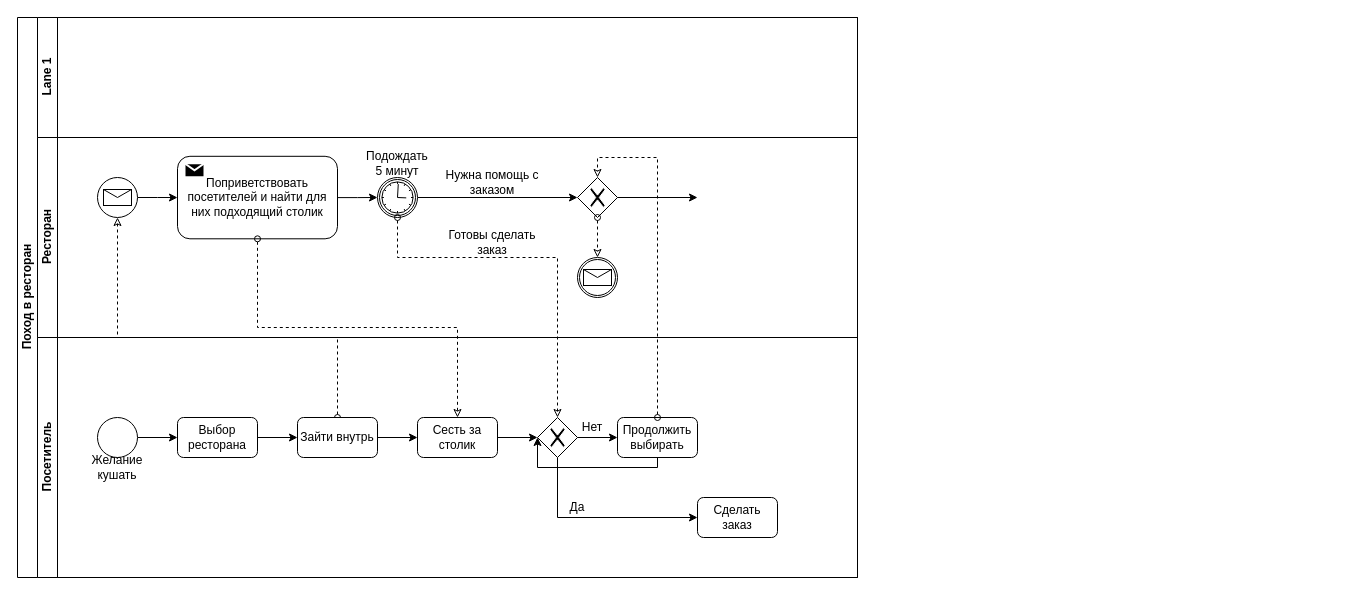
Earlier version of the draw.io diagram Untitled Diagram.drawio (monsegard/portfolio). Source tidied: cells renumbered, new cells numbered last; positions are measured from the earlier drawing's top-left corner, leaving out a move shared by most shapes. Both pictures are drawn from the tidied source at 100%, with x=0, y=0 at pixel (17, 17).
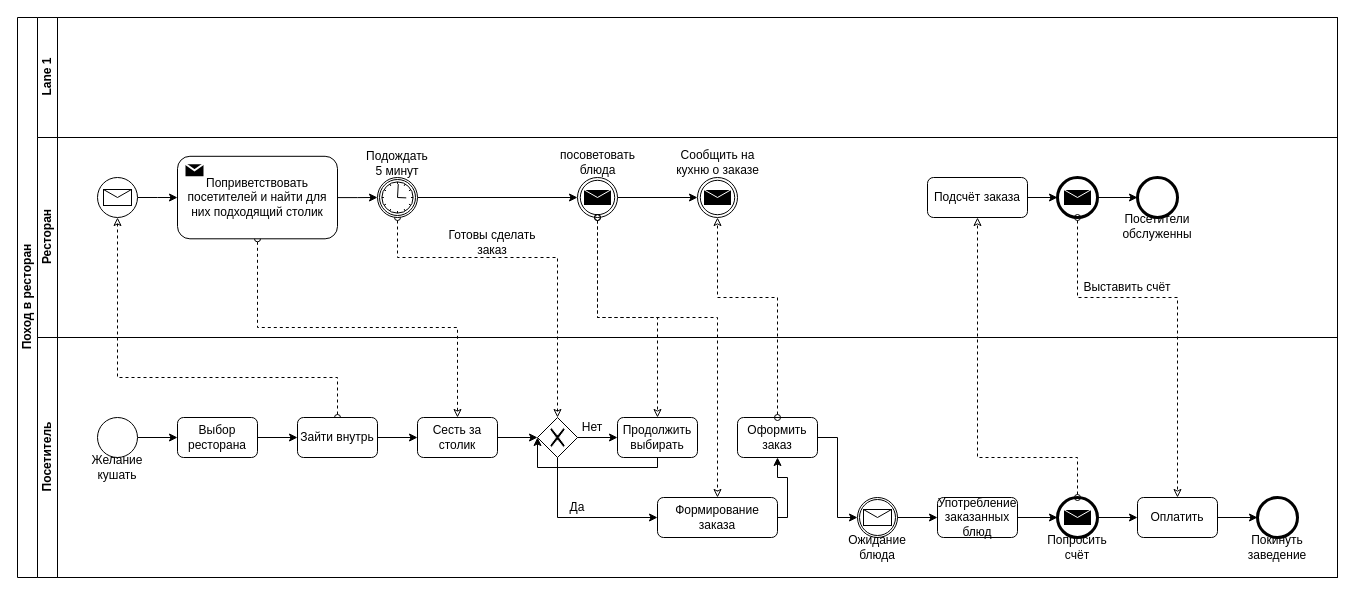
The same page after the edit.

Unchanged cells that the change refers to:
```xml
<mxCell id="6" style="shape=mxgraph.bpmn.shape;html=1;verticalLabelPosition=bottom;labelBackgroundColor=#ffffff;verticalAlign=top;align=center;perimeter=ellipsePerimeter;outlineConnect=0;outline=standard;symbol=message;" parent="4" vertex="1">
  <mxGeometry x="60" y="40" width="40" height="40" as="geometry" />
</mxCell>
<mxCell id="8" value="Поприветствовать посетителей и найти для них подходящий столик" style="html=1;whiteSpace=wrap;rounded=1;" parent="4" vertex="1">
  <mxGeometry x="140" y="18.8" width="160" height="82.5" as="geometry" />
</mxCell>
<mxCell id="11" style="shape=mxgraph.bpmn.shape;html=1;verticalLabelPosition=bottom;labelBackgroundColor=#ffffff;verticalAlign=top;align=center;perimeter=ellipsePerimeter;outlineConnect=0;outline=catching;symbol=timer;" parent="4" vertex="1">
  <mxGeometry x="340" y="40" width="40" height="40" as="geometry" />
</mxCell>
<mxCell id="28" value="Зайти внутрь" style="rounded=1;whiteSpace=wrap;html=1;" parent="21" vertex="1">
  <mxGeometry x="260" y="80" width="80" height="40" as="geometry" />
</mxCell>
<mxCell id="30" value="Сесть за столик" style="rounded=1;whiteSpace=wrap;html=1;" parent="21" vertex="1">
  <mxGeometry x="380" y="80" width="80" height="40" as="geometry" />
</mxCell>
<mxCell id="33" style="shape=mxgraph.bpmn.shape;html=1;verticalLabelPosition=bottom;labelBackgroundColor=#ffffff;verticalAlign=top;align=center;perimeter=rhombusPerimeter;background=gateway;outlineConnect=0;outline=none;symbol=exclusiveGw;" parent="21" vertex="1">
  <mxGeometry x="500" y="80" width="40" height="40" as="geometry" />
</mxCell>
<mxCell id="35" value="Продолжить выбирать" style="rounded=1;whiteSpace=wrap;html=1;" parent="21" vertex="1">
  <mxGeometry x="580" y="80" width="80" height="40" as="geometry" />
</mxCell>
```

Diff of the diagram source:
```diff
@@
     <mxCell id="2" value="Поход в ресторан" style="swimlane;html=1;horizontal=0;startSize=20;" parent="1" vertex="1">
-      <mxGeometry width="840" height="560" as="geometry" />
+      <mxGeometry width="1320" height="560" as="geometry" />
     </mxCell>
     <mxCell id="3" value="Lane 1" style="swimlane;html=1;startSize=20;horizontal=0;" parent="2" vertex="1">
-      <mxGeometry x="20" width="820" height="120" as="geometry" />
+      <mxGeometry x="20" width="1300" height="120" as="geometry" />
     </mxCell>
+    <mxCell id="18" style="edgeStyle=orthogonalEdgeStyle;rounded=0;jettySize=auto;html=1;entryX=0.5;entryY=1;entryDx=0;entryDy=0;dashed=1;endArrow=classic;endFill=0;startArrow=oval;startFill=0;" parent="2" edge="1" source="28" target="6">
+      <mxGeometry relative="1" as="geometry">
+        <Array as="points">
+          <mxPoint x="320" y="360" />
+          <mxPoint x="100" y="360" />
+        </Array>
+      </mxGeometry>
+    </mxCell>
+    <mxCell id="19" style="edgeStyle=orthogonalEdgeStyle;rounded=0;jettySize=auto;html=1;entryX=0.5;entryY=0;entryDx=0;entryDy=0;startArrow=oval;startFill=0;endArrow=classic;endFill=0;dashed=1;exitX=0.5;exitY=1;exitDx=0;exitDy=0;" parent="2" edge="1" source="8" target="30">
+      <mxGeometry relative="1" as="geometry">
+        <Array as="points">
+          <mxPoint x="240" y="310" />
+          <mxPoint x="440" y="310" />
+        </Array>
+      </mxGeometry>
+    </mxCell>
+    <mxCell id="20" style="edgeStyle=orthogonalEdgeStyle;rounded=0;jettySize=auto;html=1;entryX=0.5;entryY=0;entryDx=0;entryDy=0;startArrow=oval;startFill=0;endArrow=classic;endFill=0;dashed=1;exitX=0.5;exitY=1;exitDx=0;exitDy=0;" parent="2" edge="1" source="11" target="33">
+      <mxGeometry relative="1" as="geometry">
+        <Array as="points">
+          <mxPoint x="380" y="240" />
+          <mxPoint x="540" y="240" />
+        </Array>
+      </mxGeometry>
+    </mxCell>
     <mxCell id="4" value="Ресторан" style="swimlane;html=1;startSize=20;horizontal=0;" parent="2" vertex="1">
-      <mxGeometry x="20" y="120" width="820" height="200" as="geometry" />
+      <mxGeometry x="20" y="120" width="1300" height="200" as="geometry" />
     </mxCell>
@@
-    <mxCell id="10" style="edgeStyle=orthogonalEdgeStyle;rounded=0;jettySize=auto;html=1;entryX=0;entryY=0.5;entryDx=0;entryDy=0;startArrow=none;startFill=0;endArrow=classic;endFill=1;" parent="4" edge="1" source="11" target="14">
+    <mxCell id="10" style="edgeStyle=orthogonalEdgeStyle;rounded=0;jettySize=auto;html=1;entryX=0;entryY=0.5;entryDx=0;entryDy=0;startArrow=none;startFill=0;endArrow=classic;endFill=1;" parent="4" edge="1" source="11" target="43">
       <mxGeometry relative="1" as="geometry" />
     </mxCell>
@@
-    <mxCell id="14" style="shape=mxgraph.bpmn.shape;html=1;verticalLabelPosition=bottom;labelBackgroundColor=#ffffff;verticalAlign=top;align=center;perimeter=rhombusPerimeter;background=gateway;outlineConnect=0;outline=none;symbol=exclusiveGw;" parent="4" vertex="1">
-      <mxGeometry x="540" y="40" width="40" height="40" as="geometry" />
-    </mxCell>
-    <mxCell id="15" value="Нужна помощь с заказом" style="text;html=1;strokeColor=none;fillColor=none;align=center;verticalAlign=middle;whiteSpace=wrap;rounded=0;" parent="4" vertex="1">
-      <mxGeometry x="390" y="30" width="130" height="30" as="geometry" />
-    </mxCell>
-    <mxCell id="16" style="shape=mxgraph.bpmn.shape;html=1;verticalLabelPosition=bottom;labelBackgroundColor=#ffffff;verticalAlign=top;align=center;perimeter=ellipsePerimeter;outlineConnect=0;outline=catching;symbol=message;" parent="4" vertex="1">
-      <mxGeometry x="540" y="120" width="40" height="40" as="geometry" />
-    </mxCell>
-    <mxCell id="17" style="edgeStyle=orthogonalEdgeStyle;rounded=0;jettySize=auto;html=1;dashed=1;startArrow=oval;startFill=0;endArrow=classic;endFill=0;" parent="4" edge="1" source="14" target="16">
-      <mxGeometry relative="1" as="geometry" />
-    </mxCell>
-    <mxCell id="18" style="edgeStyle=orthogonalEdgeStyle;rounded=0;jettySize=auto;html=1;entryX=0.5;entryY=1;entryDx=0;entryDy=0;dashed=1;endArrow=classic;endFill=0;startArrow=oval;startFill=0;" parent="2" edge="1" source="28" target="6">
-      <mxGeometry relative="1" as="geometry">
-        <Array as="points">
-          <mxPoint x="320" y="320" />
-          <mxPoint x="100" y="320" />
-        </Array>
-      </mxGeometry>
-    </mxCell>
-    <mxCell id="19" style="edgeStyle=orthogonalEdgeStyle;rounded=0;jettySize=auto;html=1;entryX=0.5;entryY=0;entryDx=0;entryDy=0;startArrow=oval;startFill=0;endArrow=classic;endFill=0;dashed=1;exitX=0.5;exitY=1;exitDx=0;exitDy=0;" parent="2" edge="1" source="8" target="30">
-      <mxGeometry relative="1" as="geometry">
-        <Array as="points">
-          <mxPoint x="240" y="310" />
-          <mxPoint x="440" y="310" />
-        </Array>
-      </mxGeometry>
-    </mxCell>
-    <mxCell id="20" style="edgeStyle=orthogonalEdgeStyle;rounded=0;jettySize=auto;html=1;entryX=0.5;entryY=0;entryDx=0;entryDy=0;startArrow=oval;startFill=0;endArrow=classic;endFill=0;dashed=1;exitX=0.5;exitY=1;exitDx=0;exitDy=0;" parent="2" edge="1" source="11" target="33">
-      <mxGeometry relative="1" as="geometry">
-        <Array as="points">
-          <mxPoint x="380" y="240" />
-          <mxPoint x="540" y="240" />
-        </Array>
-      </mxGeometry>
-    </mxCell>
+    <mxCell id="41" value="посоветовать блюда" style="text;html=1;strokeColor=none;fillColor=none;align=center;verticalAlign=middle;whiteSpace=wrap;rounded=0;" parent="4" vertex="1">
+      <mxGeometry x="517.5" y="10" width="85" height="30" as="geometry" />
+    </mxCell>
+    <mxCell id="42" style="edgeStyle=orthogonalEdgeStyle;rounded=0;jettySize=auto;html=1;entryX=0;entryY=0.5;entryDx=0;entryDy=0;startArrow=none;startFill=0;endArrow=classic;endFill=1;" parent="4" edge="1" source="43" target="44">
+      <mxGeometry relative="1" as="geometry" />
+    </mxCell>
+    <mxCell id="43" style="shape=mxgraph.bpmn.shape;html=1;verticalLabelPosition=bottom;labelBackgroundColor=#ffffff;verticalAlign=top;align=center;perimeter=ellipsePerimeter;outlineConnect=0;outline=throwing;symbol=message;" parent="4" vertex="1">
+      <mxGeometry x="540" y="40" width="40" height="40" as="geometry" />
+    </mxCell>
+    <mxCell id="44" style="shape=mxgraph.bpmn.shape;html=1;verticalLabelPosition=bottom;labelBackgroundColor=#ffffff;verticalAlign=top;align=center;perimeter=ellipsePerimeter;outlineConnect=0;outline=throwing;symbol=message;" parent="4" vertex="1">
+      <mxGeometry x="660" y="40" width="40" height="40" as="geometry" />
+    </mxCell>
+    <mxCell id="45" value="Сообщить на кухню о заказе" style="text;html=1;strokeColor=none;fillColor=none;align=center;verticalAlign=middle;whiteSpace=wrap;rounded=0;" parent="4" vertex="1">
+      <mxGeometry x="637.5" y="10" width="85" height="30" as="geometry" />
+    </mxCell>
+    <mxCell id="46" style="edgeStyle=orthogonalEdgeStyle;rounded=0;jettySize=auto;html=1;entryX=0;entryY=0.5;entryDx=0;entryDy=0;startArrow=none;startFill=0;endArrow=classic;endFill=1;" parent="4" edge="1" source="47" target="48">
+      <mxGeometry relative="1" as="geometry" />
+    </mxCell>
+    <mxCell id="47" value="Подсчёт заказа" style="rounded=1;whiteSpace=wrap;html=1;" parent="4" vertex="1">
+      <mxGeometry x="890" y="40" width="100" height="40" as="geometry" />
+    </mxCell>
+    <mxCell id="48" style="shape=mxgraph.bpmn.shape;html=1;verticalLabelPosition=bottom;labelBackgroundColor=#ffffff;verticalAlign=top;align=center;perimeter=ellipsePerimeter;outlineConnect=0;outline=end;symbol=message;" parent="4" vertex="1">
+      <mxGeometry x="1020" y="40" width="40" height="40" as="geometry" />
+    </mxCell>
+    <mxCell id="49" value="Выставить счёт" style="text;html=1;strokeColor=none;fillColor=none;align=center;verticalAlign=middle;whiteSpace=wrap;rounded=0;" parent="4" vertex="1">
+      <mxGeometry x="1040" y="140" width="100" height="20" as="geometry" />
+    </mxCell>
+    <mxCell id="50" style="shape=mxgraph.bpmn.shape;html=1;verticalLabelPosition=bottom;labelBackgroundColor=#ffffff;verticalAlign=top;align=center;perimeter=ellipsePerimeter;outlineConnect=0;outline=end;symbol=general;" parent="4" vertex="1">
+      <mxGeometry x="1100" y="40" width="40" height="40" as="geometry" />
+    </mxCell>
+    <mxCell id="51" style="edgeStyle=orthogonalEdgeStyle;rounded=0;jettySize=auto;html=1;startArrow=none;startFill=0;endArrow=classic;endFill=1;entryX=0;entryY=0.5;entryDx=0;entryDy=0;" parent="4" edge="1" source="48" target="50">
+      <mxGeometry relative="1" as="geometry" />
+    </mxCell>
+    <mxCell id="52" value="Посетители обслуженны" style="text;html=1;strokeColor=none;fillColor=none;align=center;verticalAlign=middle;whiteSpace=wrap;rounded=0;" parent="4" vertex="1">
+      <mxGeometry x="1080" y="80" width="80" height="18.8" as="geometry" />
+    </mxCell>
+    <mxCell id="53" style="edgeStyle=orthogonalEdgeStyle;rounded=0;jettySize=auto;html=1;entryX=0.5;entryY=0;entryDx=0;entryDy=0;dashed=1;startArrow=oval;startFill=0;endArrow=classic;endFill=0;" parent="2" edge="1" source="43" target="35">
+      <mxGeometry relative="1" as="geometry" />
+    </mxCell>
+    <mxCell id="54" style="edgeStyle=orthogonalEdgeStyle;rounded=0;jettySize=auto;html=1;dashed=1;startArrow=oval;startFill=0;endArrow=classic;endFill=0;entryX=0.5;entryY=0;entryDx=0;entryDy=0;" parent="2" edge="1" source="43" target="31">
+      <mxGeometry relative="1" as="geometry">
+        <Array as="points">
+          <mxPoint x="580" y="300" />
+          <mxPoint x="700" y="300" />
+        </Array>
+      </mxGeometry>
+    </mxCell>
     <mxCell id="21" value="Посетитель" style="swimlane;html=1;startSize=20;horizontal=0;" parent="2" vertex="1">
-      <mxGeometry x="20" y="320" width="820" height="240" as="geometry" />
+      <mxGeometry x="20" y="320" width="1300" height="240" as="geometry" />
     </mxCell>
@@
+    <mxCell id="55" style="edgeStyle=orthogonalEdgeStyle;rounded=0;jettySize=auto;html=1;entryX=0.5;entryY=1;entryDx=0;entryDy=0;startArrow=none;startFill=0;endArrow=classic;endFill=1;" parent="21" edge="1" source="31" target="57">
+      <mxGeometry relative="1" as="geometry">
+        <Array as="points">
+          <mxPoint x="750" y="180" />
+          <mxPoint x="750" y="140" />
+          <mxPoint x="740" y="140" />
+        </Array>
+      </mxGeometry>
+    </mxCell>
-    <mxCell id="31" value="Сделать заказ" style="rounded=1;whiteSpace=wrap;html=1;" parent="21" vertex="1">
-      <mxGeometry x="660" y="160" width="80" height="40" as="geometry" />
+    <mxCell id="31" value="Формирование заказа" style="rounded=1;whiteSpace=wrap;html=1;" parent="21" vertex="1">
+      <mxGeometry x="620" y="160" width="120" height="40" as="geometry" />
     </mxCell>
@@
-    <mxCell id="39" style="edgeStyle=orthogonalEdgeStyle;rounded=0;jettySize=auto;html=1;startArrow=oval;startFill=0;endArrow=classic;endFill=0;entryX=0.5;entryY=0;entryDx=0;entryDy=0;exitX=0.5;exitY=0;exitDx=0;exitDy=0;dashed=1;" parent="2" edge="1" source="35" target="14">
-      <mxGeometry relative="1" as="geometry">
-        <Array as="points">
-          <mxPoint x="640" y="140" />
-          <mxPoint x="580" y="140" />
-        </Array>
-      </mxGeometry>
-    </mxCell>
-    <mxCell id="40" style="edgeStyle=orthogonalEdgeStyle;rounded=0;jettySize=auto;html=1;startArrow=none;startFill=0;endArrow=classic;endFill=1;" parent="1" edge="1" source="14">
-      <mxGeometry relative="1" as="geometry">
-        <mxPoint x="680" y="180" as="targetPoint" />
-      </mxGeometry>
-    </mxCell>
+    <mxCell id="56" style="edgeStyle=orthogonalEdgeStyle;rounded=0;jettySize=auto;html=1;entryX=0;entryY=0.5;entryDx=0;entryDy=0;startArrow=none;startFill=0;endArrow=classic;endFill=1;" parent="21" edge="1" source="57" target="58">
+      <mxGeometry relative="1" as="geometry" />
+    </mxCell>
+    <mxCell id="57" value="Оформить заказ" style="rounded=1;whiteSpace=wrap;html=1;" parent="21" vertex="1">
+      <mxGeometry x="700" y="80" width="80" height="40" as="geometry" />
+    </mxCell>
+    <mxCell id="58" style="shape=mxgraph.bpmn.shape;html=1;verticalLabelPosition=bottom;labelBackgroundColor=#ffffff;verticalAlign=top;align=center;perimeter=ellipsePerimeter;outlineConnect=0;outline=catching;symbol=message;" parent="21" vertex="1">
+      <mxGeometry x="820" y="160" width="40" height="40" as="geometry" />
+    </mxCell>
+    <mxCell id="59" value="Ожидание блюда" style="text;html=1;strokeColor=none;fillColor=none;align=center;verticalAlign=middle;whiteSpace=wrap;rounded=0;" parent="21" vertex="1">
+      <mxGeometry x="815" y="200" width="50" height="20" as="geometry" />
+    </mxCell>
+    <mxCell id="60" value="Употребление заказанных блюд" style="rounded=1;whiteSpace=wrap;html=1;" parent="21" vertex="1">
+      <mxGeometry x="900" y="160" width="80" height="40" as="geometry" />
+    </mxCell>
+    <mxCell id="61" style="edgeStyle=orthogonalEdgeStyle;rounded=0;jettySize=auto;html=1;startArrow=none;startFill=0;endArrow=classic;endFill=1;entryX=0;entryY=0.5;entryDx=0;entryDy=0;" parent="21" edge="1" source="58" target="60">
+      <mxGeometry relative="1" as="geometry" />
+    </mxCell>
+    <mxCell id="62" style="edgeStyle=orthogonalEdgeStyle;rounded=0;jettySize=auto;html=1;startArrow=none;startFill=0;endArrow=classic;endFill=1;entryX=0;entryY=0.5;entryDx=0;entryDy=0;" parent="21" edge="1" source="60" target="66">
+      <mxGeometry relative="1" as="geometry" />
+    </mxCell>
+    <mxCell id="63" value="Попросить счёт" style="text;html=1;strokeColor=none;fillColor=none;align=center;verticalAlign=middle;whiteSpace=wrap;rounded=0;" parent="21" vertex="1">
+      <mxGeometry x="1020" y="200" width="40" height="20" as="geometry" />
+    </mxCell>
+    <mxCell id="64" value="Оплатить" style="rounded=1;whiteSpace=wrap;html=1;" parent="21" vertex="1">
+      <mxGeometry x="1100" y="160" width="80" height="40" as="geometry" />
+    </mxCell>
+    <mxCell id="65" style="edgeStyle=orthogonalEdgeStyle;rounded=0;jettySize=auto;html=1;entryX=0;entryY=0.5;entryDx=0;entryDy=0;startArrow=none;startFill=0;endArrow=classic;endFill=1;" parent="21" edge="1" source="66" target="64">
+      <mxGeometry relative="1" as="geometry" />
+    </mxCell>
+    <mxCell id="66" style="shape=mxgraph.bpmn.shape;html=1;verticalLabelPosition=bottom;labelBackgroundColor=#ffffff;verticalAlign=top;align=center;perimeter=ellipsePerimeter;outlineConnect=0;outline=end;symbol=message;" parent="21" vertex="1">
+      <mxGeometry x="1020" y="160" width="40" height="40" as="geometry" />
+    </mxCell>
+    <mxCell id="67" style="shape=mxgraph.bpmn.shape;html=1;verticalLabelPosition=bottom;labelBackgroundColor=#ffffff;verticalAlign=top;align=center;perimeter=ellipsePerimeter;outlineConnect=0;outline=end;symbol=general;" parent="21" vertex="1">
+      <mxGeometry x="1220" y="160" width="40" height="40" as="geometry" />
+    </mxCell>
+    <mxCell id="68" style="edgeStyle=orthogonalEdgeStyle;rounded=0;jettySize=auto;html=1;startArrow=none;startFill=0;endArrow=classic;endFill=1;entryX=0;entryY=0.5;entryDx=0;entryDy=0;" parent="21" edge="1" source="64" target="67">
+      <mxGeometry relative="1" as="geometry" />
+    </mxCell>
+    <mxCell id="69" value="Покинуть заведение" style="text;html=1;strokeColor=none;fillColor=none;align=center;verticalAlign=middle;whiteSpace=wrap;rounded=0;" parent="21" vertex="1">
+      <mxGeometry x="1215" y="200" width="50" height="20" as="geometry" />
+    </mxCell>
+    <mxCell id="70" style="edgeStyle=orthogonalEdgeStyle;rounded=0;jettySize=auto;html=1;startArrow=oval;startFill=0;endArrow=classic;endFill=0;entryX=0.5;entryY=1;entryDx=0;entryDy=0;dashed=1;" parent="2" edge="1" source="57" target="44">
+      <mxGeometry relative="1" as="geometry">
+        <Array as="points">
+          <mxPoint x="760" y="280" />
+          <mxPoint x="700" y="280" />
+        </Array>
+      </mxGeometry>
+    </mxCell>
+    <mxCell id="71" style="edgeStyle=orthogonalEdgeStyle;rounded=0;jettySize=auto;html=1;startArrow=oval;startFill=0;endArrow=classic;endFill=0;entryX=0.5;entryY=1;entryDx=0;entryDy=0;dashed=1;" parent="2" edge="1" target="47">
+      <mxGeometry relative="1" as="geometry">
+        <mxPoint x="1060" y="480" as="sourcePoint" />
+        <Array as="points">
+          <mxPoint x="1060" y="440" />
+          <mxPoint x="960" y="440" />
+        </Array>
+      </mxGeometry>
+    </mxCell>
+    <mxCell id="72" style="edgeStyle=orthogonalEdgeStyle;rounded=0;jettySize=auto;html=1;startArrow=oval;startFill=0;endArrow=classic;endFill=0;dashed=1;" parent="2" edge="1" source="48" target="64">
+      <mxGeometry relative="1" as="geometry">
+        <Array as="points">
+          <mxPoint x="1060" y="280" />
+          <mxPoint x="1160" y="280" />
+        </Array>
+      </mxGeometry>
+    </mxCell>
```
